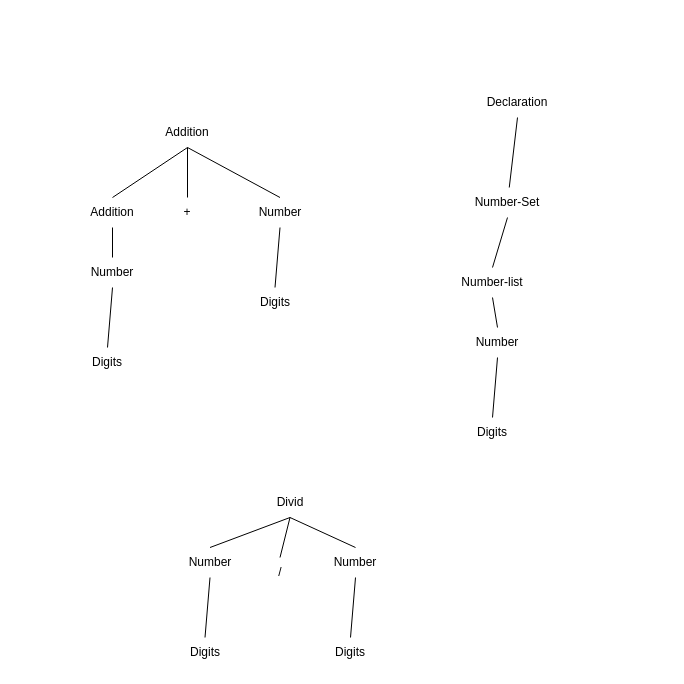
The draw.io diagram BNF parse tree.drawio in RisingSatalite/SAIT-Advance-Group-6--Concepts-Syntax-and-Lexical, before the edit. Source tidied: cells renumbered, new cells numbered last; positions are measured from the earlier drawing's top-left corner, leaving out a move shared by most shapes. Both pictures are drawn from the tidied source at 100%, with x=0, y=0 at pixel (77, 87).
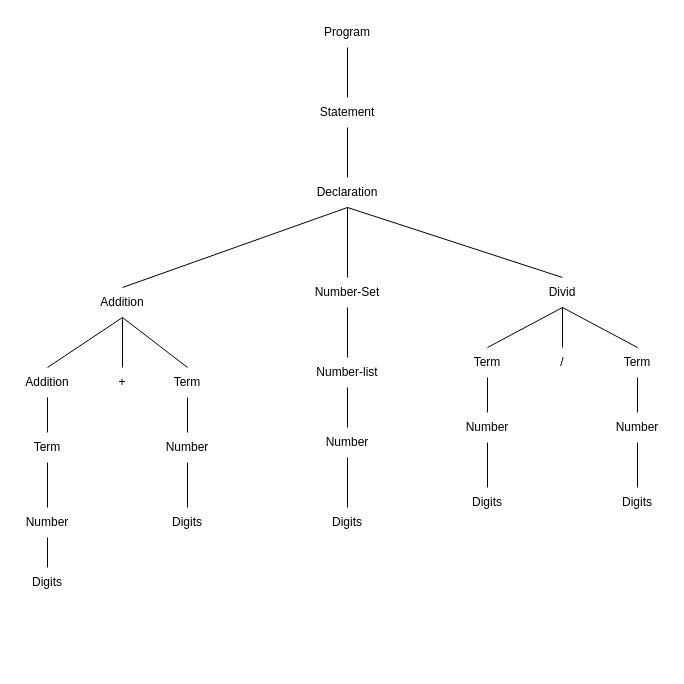
Above is the later version.

The edit, as a diff of the source:
```diff
@@
     <mxCell id="2" value="Addition" style="text;html=1;align=center;verticalAlign=middle;whiteSpace=wrap;rounded=0;" parent="1" vertex="1">
-      <mxGeometry x="80" y="30" width="60" height="30" as="geometry" />
+      <mxGeometry x="15" y="200" width="60" height="30" as="geometry" />
     </mxCell>
     <mxCell id="3" value="Divid" style="text;html=1;align=center;verticalAlign=middle;whiteSpace=wrap;rounded=0;" parent="1" vertex="1">
-      <mxGeometry x="182.5" y="400" width="60" height="30" as="geometry" />
+      <mxGeometry x="455" y="190" width="60" height="30" as="geometry" />
     </mxCell>
     <mxCell id="4" value="Declaration" style="text;html=1;align=center;verticalAlign=middle;whiteSpace=wrap;rounded=0;" parent="1" vertex="1">
-      <mxGeometry x="410" width="60" height="30" as="geometry" />
+      <mxGeometry x="240" y="90" width="60" height="30" as="geometry" />
     </mxCell>
     <mxCell id="5" value="Number-Set" style="text;html=1;align=center;verticalAlign=middle;whiteSpace=wrap;rounded=0;" parent="1" vertex="1">
-      <mxGeometry x="390" y="100" width="80" height="30" as="geometry" />
+      <mxGeometry x="230" y="190" width="80" height="30" as="geometry" />
     </mxCell>
     <mxCell id="6" value="Number-list" style="text;html=1;align=center;verticalAlign=middle;whiteSpace=wrap;rounded=0;" parent="1" vertex="1">
-      <mxGeometry x="380" y="180" width="70" height="30" as="geometry" />
+      <mxGeometry x="235" y="270" width="70" height="30" as="geometry" />
     </mxCell>
     <mxCell id="7" value="Number" style="text;html=1;align=center;verticalAlign=middle;whiteSpace=wrap;rounded=0;" parent="1" vertex="1">
-      <mxGeometry x="390" y="240" width="60" height="30" as="geometry" />
+      <mxGeometry x="240" y="340" width="60" height="30" as="geometry" />
     </mxCell>
     <mxCell id="8" value="Digits" style="text;html=1;align=center;verticalAlign=middle;whiteSpace=wrap;rounded=0;" parent="1" vertex="1">
-      <mxGeometry x="385" y="330" width="60" height="30" as="geometry" />
+      <mxGeometry x="240" y="420" width="60" height="30" as="geometry" />
     </mxCell>
@@
     <mxCell id="13" value="/" style="text;html=1;align=center;verticalAlign=middle;whiteSpace=wrap;rounded=0;" parent="1" vertex="1">
-      <mxGeometry x="172.5" y="470" width="60" height="30" as="geometry" />
+      <mxGeometry x="455" y="260" width="60" height="30" as="geometry" />
     </mxCell>
     <mxCell id="14" value="+" style="text;html=1;align=center;verticalAlign=middle;whiteSpace=wrap;rounded=0;" parent="1" vertex="1">
-      <mxGeometry x="80" y="110" width="60" height="30" as="geometry" />
+      <mxGeometry x="15" y="280" width="60" height="30" as="geometry" />
     </mxCell>
@@
     <mxCell id="17" value="Number" style="text;html=1;align=center;verticalAlign=middle;whiteSpace=wrap;rounded=0;" parent="1" vertex="1">
-      <mxGeometry x="5" y="170" width="60" height="30" as="geometry" />
+      <mxGeometry x="-60" y="420" width="60" height="30" as="geometry" />
     </mxCell>
     <mxCell id="18" value="Digits" style="text;html=1;align=center;verticalAlign=middle;whiteSpace=wrap;rounded=0;" parent="1" vertex="1">
-      <mxGeometry y="260" width="60" height="30" as="geometry" />
+      <mxGeometry x="-60" y="480" width="60" height="30" as="geometry" />
     </mxCell>
@@
-    <mxCell id="20" value="Number" style="text;html=1;align=center;verticalAlign=middle;whiteSpace=wrap;rounded=0;" parent="1" vertex="1">
-      <mxGeometry x="248" y="460" width="60" height="30" as="geometry" />
-    </mxCell>
-    <mxCell id="21" value="Digits" style="text;html=1;align=center;verticalAlign=middle;whiteSpace=wrap;rounded=0;" parent="1" vertex="1">
-      <mxGeometry x="243" y="550" width="60" height="30" as="geometry" />
-    </mxCell>
-    <mxCell id="22" style="endArrow=none;html=1;rounded=0;entryX=0.5;entryY=1;entryDx=0;entryDy=0;exitX=0.5;exitY=0;exitDx=0;exitDy=0;" parent="1" edge="1" source="21" target="20">
-      <mxGeometry relative="1" as="geometry" />
-    </mxCell>
-    <mxCell id="23" value="Number" style="text;html=1;align=center;verticalAlign=middle;whiteSpace=wrap;rounded=0;" parent="1" vertex="1">
-      <mxGeometry x="102.5" y="460" width="60" height="30" as="geometry" />
-    </mxCell>
-    <mxCell id="24" value="Digits" style="text;html=1;align=center;verticalAlign=middle;whiteSpace=wrap;rounded=0;" parent="1" vertex="1">
-      <mxGeometry x="97.5" y="550" width="60" height="30" as="geometry" />
-    </mxCell>
-    <mxCell id="25" style="endArrow=none;html=1;rounded=0;entryX=0.5;entryY=1;entryDx=0;entryDy=0;exitX=0.5;exitY=0;exitDx=0;exitDy=0;" parent="1" edge="1" source="24" target="23">
-      <mxGeometry relative="1" as="geometry" />
-    </mxCell>
     <mxCell id="26" value="Number" style="text;html=1;align=center;verticalAlign=middle;whiteSpace=wrap;rounded=0;" parent="1" vertex="1">
-      <mxGeometry x="172.5" y="110" width="60" height="30" as="geometry" />
+      <mxGeometry x="80" y="345" width="60" height="30" as="geometry" />
     </mxCell>
     <mxCell id="27" value="Digits" style="text;html=1;align=center;verticalAlign=middle;whiteSpace=wrap;rounded=0;" parent="1" vertex="1">
-      <mxGeometry x="167.5" y="200" width="60" height="30" as="geometry" />
+      <mxGeometry x="80" y="420" width="60" height="30" as="geometry" />
     </mxCell>
@@
     <mxCell id="29" value="Addition" style="text;html=1;align=center;verticalAlign=middle;whiteSpace=wrap;rounded=0;" parent="1" vertex="1">
-      <mxGeometry x="5" y="110" width="60" height="30" as="geometry" />
+      <mxGeometry x="-60" y="280" width="60" height="30" as="geometry" />
     </mxCell>
-    <mxCell id="30" style="endArrow=none;html=1;rounded=0;entryX=0.5;entryY=1;entryDx=0;entryDy=0;exitX=0.5;exitY=0;exitDx=0;exitDy=0;" parent="1" edge="1" source="26" target="2">
+    <mxCell id="30" style="endArrow=none;html=1;rounded=0;entryX=0.5;entryY=1;entryDx=0;entryDy=0;exitX=0.5;exitY=0;exitDx=0;exitDy=0;" parent="1" edge="1" source="37" target="2">
       <mxGeometry relative="1" as="geometry" />
     </mxCell>
@@
-    <mxCell id="32" style="endArrow=none;html=1;rounded=0;entryX=0.5;entryY=1;entryDx=0;entryDy=0;exitX=0.5;exitY=0;exitDx=0;exitDy=0;" parent="1" edge="1" source="17" target="29">
+    <mxCell id="32" style="endArrow=none;html=1;rounded=0;entryX=0.5;entryY=1;entryDx=0;entryDy=0;exitX=0.5;exitY=0;exitDx=0;exitDy=0;" parent="1" edge="1" source="35" target="29">
       <mxGeometry relative="1" as="geometry" />
     </mxCell>
-    <mxCell id="33" style="endArrow=none;html=1;rounded=0;entryX=0.5;entryY=1;entryDx=0;entryDy=0;exitX=0.5;exitY=0;exitDx=0;exitDy=0;" parent="1" edge="1" source="20" target="3">
+    <mxCell id="33" style="endArrow=none;html=1;rounded=0;entryX=0.5;entryY=1;entryDx=0;entryDy=0;exitX=0.5;exitY=0;exitDx=0;exitDy=0;" parent="1" edge="1" source="53" target="3">
       <mxGeometry relative="1" as="geometry" />
     </mxCell>
-    <mxCell id="34" style="endArrow=none;html=1;rounded=0;entryX=0.5;entryY=1;entryDx=0;entryDy=0;exitX=0.5;exitY=0;exitDx=0;exitDy=0;" parent="1" edge="1" source="23" target="3">
+    <mxCell id="34" style="endArrow=none;html=1;rounded=0;entryX=0.5;entryY=1;entryDx=0;entryDy=0;exitX=0.5;exitY=0;exitDx=0;exitDy=0;" parent="1" edge="1" source="48" target="3">
       <mxGeometry relative="1" as="geometry" />
     </mxCell>
+    <mxCell id="35" value="Term" style="text;html=1;align=center;verticalAlign=middle;whiteSpace=wrap;rounded=0;" parent="1" vertex="1">
+      <mxGeometry x="-60" y="345" width="60" height="30" as="geometry" />
+    </mxCell>
+    <mxCell id="36" style="endArrow=none;html=1;rounded=0;entryX=0.5;entryY=1;entryDx=0;entryDy=0;exitX=0.5;exitY=0;exitDx=0;exitDy=0;" parent="1" edge="1" source="17" target="35">
+      <mxGeometry relative="1" as="geometry" />
+    </mxCell>
+    <mxCell id="37" value="Term" style="text;html=1;align=center;verticalAlign=middle;whiteSpace=wrap;rounded=0;" parent="1" vertex="1">
+      <mxGeometry x="80" y="280" width="60" height="30" as="geometry" />
+    </mxCell>
+    <mxCell id="38" style="endArrow=none;html=1;rounded=0;entryX=0.5;entryY=1;entryDx=0;entryDy=0;exitX=0.5;exitY=0;exitDx=0;exitDy=0;" parent="1" edge="1" source="26" target="37">
+      <mxGeometry relative="1" as="geometry" />
+    </mxCell>
+    <mxCell id="39" value="Program" style="text;html=1;align=center;verticalAlign=middle;whiteSpace=wrap;rounded=0;" parent="1" vertex="1">
+      <mxGeometry x="240" y="-70" width="60" height="30" as="geometry" />
+    </mxCell>
+    <mxCell id="40" value="Statement" style="text;html=1;align=center;verticalAlign=middle;whiteSpace=wrap;rounded=0;" parent="1" vertex="1">
+      <mxGeometry x="240" y="10" width="60" height="30" as="geometry" />
+    </mxCell>
+    <mxCell id="41" style="endArrow=none;html=1;rounded=0;entryX=0.5;entryY=1;entryDx=0;entryDy=0;exitX=0.5;exitY=0;exitDx=0;exitDy=0;" parent="1" edge="1" source="40" target="39">
+      <mxGeometry relative="1" as="geometry" />
+    </mxCell>
+    <mxCell id="42" style="endArrow=none;html=1;rounded=0;entryX=0.5;entryY=1;entryDx=0;entryDy=0;" parent="1" edge="1" source="4" target="40">
+      <mxGeometry relative="1" as="geometry" />
+    </mxCell>
+    <mxCell id="43" style="endArrow=none;html=1;rounded=0;entryX=0.5;entryY=1;entryDx=0;entryDy=0;exitX=0.5;exitY=0;exitDx=0;exitDy=0;" parent="1" edge="1" source="2" target="4">
+      <mxGeometry relative="1" as="geometry" />
+    </mxCell>
+    <mxCell id="44" style="endArrow=none;html=1;rounded=0;exitX=0.5;exitY=0;exitDx=0;exitDy=0;entryX=0.5;entryY=1;entryDx=0;entryDy=0;" parent="1" edge="1" source="3" target="4">
+      <mxGeometry relative="1" as="geometry" />
+    </mxCell>
+    <mxCell id="45" value="Number" style="text;html=1;align=center;verticalAlign=middle;whiteSpace=wrap;rounded=0;" parent="1" vertex="1">
+      <mxGeometry x="380" y="325" width="60" height="30" as="geometry" />
+    </mxCell>
+    <mxCell id="46" value="Digits" style="text;html=1;align=center;verticalAlign=middle;whiteSpace=wrap;rounded=0;" parent="1" vertex="1">
+      <mxGeometry x="380" y="400" width="60" height="30" as="geometry" />
+    </mxCell>
+    <mxCell id="47" style="endArrow=none;html=1;rounded=0;entryX=0.5;entryY=1;entryDx=0;entryDy=0;exitX=0.5;exitY=0;exitDx=0;exitDy=0;" parent="1" edge="1" source="46" target="45">
+      <mxGeometry relative="1" as="geometry" />
+    </mxCell>
+    <mxCell id="48" value="Term" style="text;html=1;align=center;verticalAlign=middle;whiteSpace=wrap;rounded=0;" parent="1" vertex="1">
+      <mxGeometry x="380" y="260" width="60" height="30" as="geometry" />
+    </mxCell>
+    <mxCell id="49" style="endArrow=none;html=1;rounded=0;entryX=0.5;entryY=1;entryDx=0;entryDy=0;exitX=0.5;exitY=0;exitDx=0;exitDy=0;" parent="1" edge="1" source="45" target="48">
+      <mxGeometry relative="1" as="geometry" />
+    </mxCell>
+    <mxCell id="50" value="Number" style="text;html=1;align=center;verticalAlign=middle;whiteSpace=wrap;rounded=0;" parent="1" vertex="1">
+      <mxGeometry x="530" y="325" width="60" height="30" as="geometry" />
+    </mxCell>
+    <mxCell id="51" value="Digits" style="text;html=1;align=center;verticalAlign=middle;whiteSpace=wrap;rounded=0;" parent="1" vertex="1">
+      <mxGeometry x="530" y="400" width="60" height="30" as="geometry" />
+    </mxCell>
+    <mxCell id="52" style="endArrow=none;html=1;rounded=0;entryX=0.5;entryY=1;entryDx=0;entryDy=0;exitX=0.5;exitY=0;exitDx=0;exitDy=0;" parent="1" edge="1" source="51" target="50">
+      <mxGeometry relative="1" as="geometry" />
+    </mxCell>
+    <mxCell id="53" value="Term" style="text;html=1;align=center;verticalAlign=middle;whiteSpace=wrap;rounded=0;" parent="1" vertex="1">
+      <mxGeometry x="530" y="260" width="60" height="30" as="geometry" />
+    </mxCell>
+    <mxCell id="54" style="endArrow=none;html=1;rounded=0;entryX=0.5;entryY=1;entryDx=0;entryDy=0;exitX=0.5;exitY=0;exitDx=0;exitDy=0;" parent="1" edge="1" source="50" target="53">
+      <mxGeometry relative="1" as="geometry" />
+    </mxCell>
```
